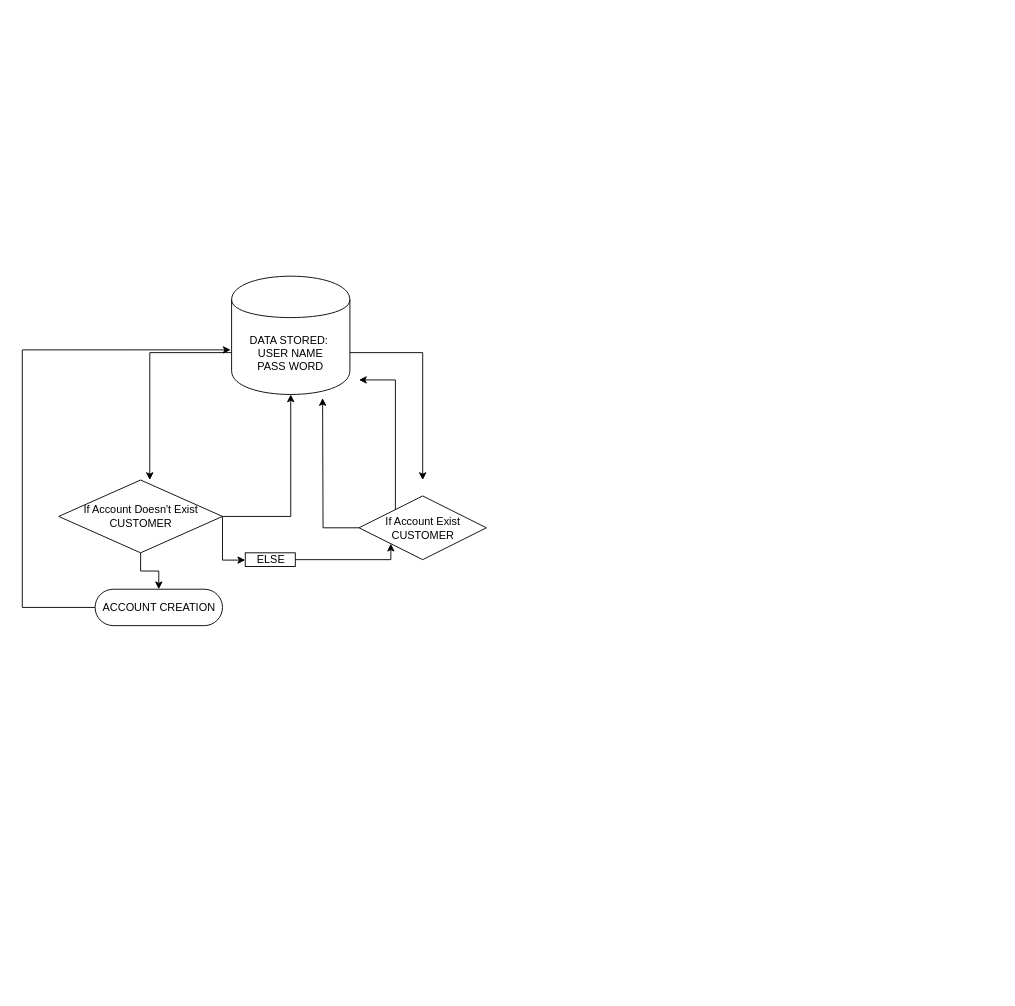
EthanO/Business-Analysis keeps this draw.io diagram as DFD.drawio. Above is the earlier version. Source tidied: cells renumbered, new cells numbered last; positions are measured from the earlier drawing's top-left corner, leaving out a move shared by most shapes. Both pictures are drawn from the tidied source at 91%, with x=0, y=0 at pixel (22, 276).
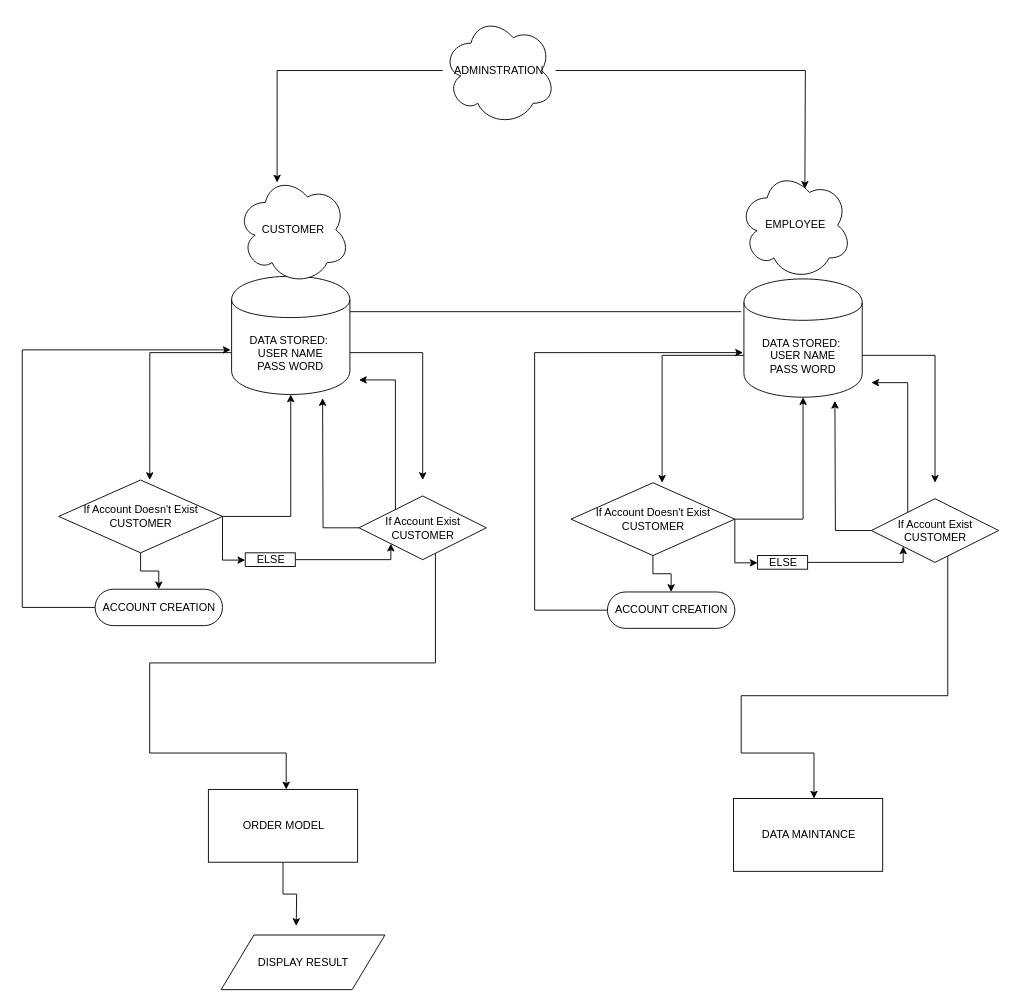
The same diagram, later.

The change refers to these unchanged cells:
```xml
<mxCell id="6" value="DATA STORED:&amp;nbsp;&lt;br&gt;USER NAME&lt;br&gt;PASS WORD" style="shape=cylinder;whiteSpace=wrap;html=1;boundedLbl=1;backgroundOutline=1;" parent="1" vertex="1">
  <mxGeometry x="230" width="130" height="130" as="geometry" />
</mxCell>
<mxCell id="9" value="If Account Exist&lt;br&gt;CUSTOMER" style="shape=rhombus;html=1;dashed=0;whitespace=wrap;perimeter=rhombusPerimeter;" parent="1" vertex="1">
  <mxGeometry x="370" y="241.5" width="140" height="70" as="geometry" />
</mxCell>
```

What changed in the source:
```diff
@@
+    <mxCell id="16" style="edgeStyle=orthogonalEdgeStyle;rounded=0;jettySize=auto;html=1;" parent="1" edge="1" source="9">
+      <mxGeometry relative="1" as="geometry">
+        <mxPoint x="290" y="564" as="targetPoint" />
+        <Array as="points">
+          <mxPoint x="454" y="425" />
+          <mxPoint x="140" y="425" />
+          <mxPoint x="140" y="524" />
+        </Array>
+      </mxGeometry>
+    </mxCell>
@@
+    <mxCell id="17" style="edgeStyle=orthogonalEdgeStyle;rounded=0;jettySize=auto;html=1;entryX=-0.008;entryY=0.623;entryDx=0;entryDy=0;entryPerimeter=0;" parent="1" edge="1" source="18" target="21">
+      <mxGeometry relative="1" as="geometry">
+        <Array as="points">
+          <mxPoint x="563" y="367" />
+          <mxPoint x="563" y="84" />
+        </Array>
+      </mxGeometry>
+    </mxCell>
+    <mxCell id="18" value="ACCOUNT CREATION" style="html=1;dashed=0;whitespace=wrap;shape=mxgraph.dfd.start;" parent="1" vertex="1">
+      <mxGeometry x="643" y="347" width="140" height="40" as="geometry" />
+    </mxCell>
+    <mxCell id="19" style="edgeStyle=orthogonalEdgeStyle;rounded=0;jettySize=auto;html=1;entryX=0.556;entryY=0;entryDx=0;entryDy=0;entryPerimeter=0;" parent="1" edge="1" source="21" target="29">
+      <mxGeometry relative="1" as="geometry">
+        <Array as="points">
+          <mxPoint x="703" y="87" />
+        </Array>
+      </mxGeometry>
+    </mxCell>
+    <mxCell id="20" style="edgeStyle=orthogonalEdgeStyle;rounded=0;jettySize=auto;html=1;" parent="1" edge="1" source="21">
+      <mxGeometry relative="1" as="geometry">
+        <mxPoint x="1003" y="227" as="targetPoint" />
+        <Array as="points">
+          <mxPoint x="1003" y="87" />
+        </Array>
+      </mxGeometry>
+    </mxCell>
+    <mxCell id="21" value="DATA STORED:&amp;nbsp;&lt;br&gt;USER NAME&lt;br&gt;PASS WORD" style="shape=cylinder;whiteSpace=wrap;html=1;boundedLbl=1;backgroundOutline=1;" parent="1" vertex="1">
+      <mxGeometry x="793" y="3" width="130" height="130" as="geometry" />
+    </mxCell>
+    <mxCell id="22" style="edgeStyle=orthogonalEdgeStyle;rounded=0;jettySize=auto;html=1;" parent="1" edge="1" source="25">
+      <mxGeometry relative="1" as="geometry">
+        <mxPoint x="893" y="137" as="targetPoint" />
+      </mxGeometry>
+    </mxCell>
+    <mxCell id="23" style="edgeStyle=orthogonalEdgeStyle;rounded=0;jettySize=auto;html=1;" parent="1" edge="1" source="25">
+      <mxGeometry relative="1" as="geometry">
+        <mxPoint x="933" y="117" as="targetPoint" />
+        <Array as="points">
+          <mxPoint x="973" y="117" />
+        </Array>
+      </mxGeometry>
+    </mxCell>
+    <mxCell id="24" style="edgeStyle=orthogonalEdgeStyle;rounded=0;jettySize=auto;html=1;" parent="1" edge="1" source="25">
+      <mxGeometry relative="1" as="geometry">
+        <mxPoint x="870" y="574" as="targetPoint" />
+        <Array as="points">
+          <mxPoint x="1017" y="461" />
+          <mxPoint x="790" y="461" />
+          <mxPoint x="790" y="524" />
+          <mxPoint x="870" y="524" />
+        </Array>
+      </mxGeometry>
+    </mxCell>
+    <mxCell id="25" value="If Account Exist&lt;br&gt;CUSTOMER" style="shape=rhombus;html=1;dashed=0;whitespace=wrap;perimeter=rhombusPerimeter;" parent="1" vertex="1">
+      <mxGeometry x="933" y="244.5" width="140" height="70" as="geometry" />
+    </mxCell>
+    <mxCell id="26" style="edgeStyle=orthogonalEdgeStyle;rounded=0;jettySize=auto;html=1;entryX=0.5;entryY=0.5;entryDx=0;entryDy=-20;entryPerimeter=0;" parent="1" edge="1" source="29" target="18">
+      <mxGeometry relative="1" as="geometry" />
+    </mxCell>
+    <mxCell id="27" style="edgeStyle=orthogonalEdgeStyle;rounded=0;jettySize=auto;html=1;exitX=1;exitY=0.5;exitDx=0;exitDy=0;" parent="1" edge="1" source="29" target="31">
+      <mxGeometry relative="1" as="geometry">
+        <Array as="points">
+          <mxPoint x="783" y="315" />
+        </Array>
+      </mxGeometry>
+    </mxCell>
+    <mxCell id="28" style="edgeStyle=orthogonalEdgeStyle;rounded=0;jettySize=auto;html=1;" parent="1" edge="1" source="29">
+      <mxGeometry relative="1" as="geometry">
+        <mxPoint x="858" y="133" as="targetPoint" />
+        <Array as="points">
+          <mxPoint x="858" y="267" />
+        </Array>
+      </mxGeometry>
+    </mxCell>
+    <mxCell id="29" value="If Account Doesn't Exist&lt;br&gt;CUSTOMER" style="shape=rhombus;html=1;dashed=0;whitespace=wrap;perimeter=rhombusPerimeter;" parent="1" vertex="1">
+      <mxGeometry x="603" y="227" width="180" height="80" as="geometry" />
+    </mxCell>
+    <mxCell id="30" style="edgeStyle=orthogonalEdgeStyle;rounded=0;jettySize=auto;html=1;entryX=0;entryY=1;entryDx=0;entryDy=0;" parent="1" edge="1" source="31" target="25">
+      <mxGeometry relative="1" as="geometry">
+        <Array as="points">
+          <mxPoint x="968" y="315" />
+        </Array>
+      </mxGeometry>
+    </mxCell>
+    <mxCell id="31" value="ELSE" style="html=1;dashed=0;whitespace=wrap;" parent="1" vertex="1">
+      <mxGeometry x="808" y="307" width="55" height="15" as="geometry" />
+    </mxCell>
+    <mxCell id="32" value="CUSTOMER" style="shape=cloud;whiteSpace=wrap;html=1;" parent="1" vertex="1">
+      <mxGeometry x="236" y="-111" width="124" height="120" as="geometry" />
+    </mxCell>
+    <mxCell id="33" value="EMPLOYEE" style="shape=cloud;whiteSpace=wrap;html=1;" parent="1" vertex="1">
+      <mxGeometry x="787.5" y="-116" width="124" height="120" as="geometry" />
+    </mxCell>
+    <mxCell id="34" style="edgeStyle=orthogonalEdgeStyle;rounded=0;jettySize=auto;html=1;entryX=0.355;entryY=0.067;entryDx=0;entryDy=0;entryPerimeter=0;" parent="1" edge="1" source="36" target="32">
+      <mxGeometry relative="1" as="geometry" />
+    </mxCell>
+    <mxCell id="35" style="edgeStyle=orthogonalEdgeStyle;rounded=0;jettySize=auto;html=1;" parent="1" edge="1" source="36">
+      <mxGeometry relative="1" as="geometry">
+        <mxPoint x="860" y="-96" as="targetPoint" />
+      </mxGeometry>
+    </mxCell>
+    <mxCell id="36" value="ADMINSTRATION" style="shape=cloud;whiteSpace=wrap;html=1;" parent="1" vertex="1">
+      <mxGeometry x="462" y="-286" width="124" height="120" as="geometry" />
+    </mxCell>
+    <mxCell id="37" style="edgeStyle=orthogonalEdgeStyle;rounded=0;jettySize=auto;html=1;exitX=0.5;exitY=1;exitDx=0;exitDy=0;" parent="1" edge="1" source="38">
+      <mxGeometry relative="1" as="geometry">
+        <mxPoint x="301" y="714" as="targetPoint" />
+      </mxGeometry>
+    </mxCell>
+    <mxCell id="38" value="ORDER MODEL" style="html=1;dashed=0;whitespace=wrap;" parent="1" vertex="1">
+      <mxGeometry x="204.5" y="564" width="164" height="80" as="geometry" />
+    </mxCell>
+    <mxCell id="39" value="DATA MAINTANCE" style="html=1;dashed=0;whitespace=wrap;" parent="1" vertex="1">
+      <mxGeometry x="781.5" y="574" width="164" height="80" as="geometry" />
+    </mxCell>
+    <mxCell id="40" value="DISPLAY RESULT" style="shape=parallelogram;perimeter=parallelogramPerimeter;whiteSpace=wrap;html=1;dashed=0;" parent="1" vertex="1">
+      <mxGeometry x="218.5" y="724" width="180" height="60" as="geometry" />
+    </mxCell>
+    <mxCell id="41" style="endArrow=none;html=1;exitX=1;exitY=0.3;exitDx=0;exitDy=0;" parent="1" edge="1" source="6">
+      <mxGeometry relative="1" as="geometry">
+        <mxPoint x="790" y="39" as="targetPoint" />
+      </mxGeometry>
+    </mxCell>
```
